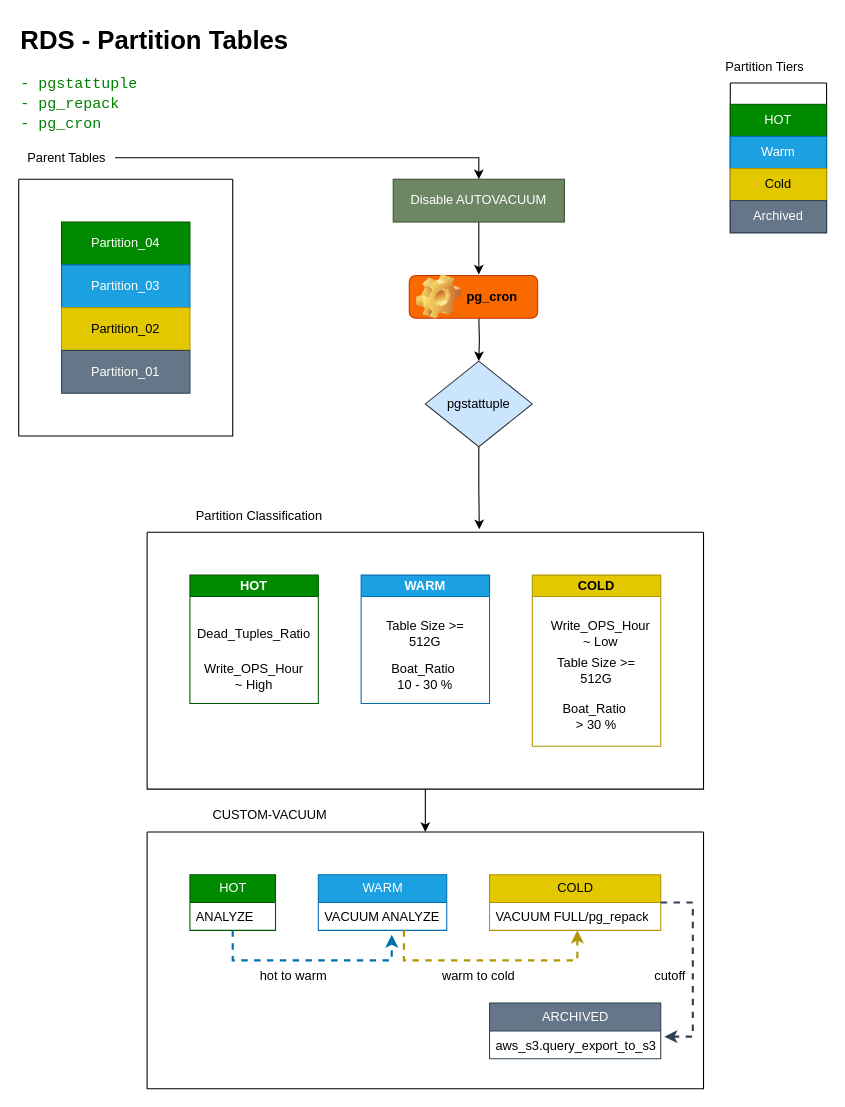
quanntt0203/PostgreSQL-HA keeps this draw.io diagram as RDS_Partition_Tables_semi-autovacuum.drawio. Above is the earlier version. Source tidied: cells renumbered, new cells numbered last; positions are measured from the earlier drawing's top-left corner, leaving out a move shared by most shapes. Both pictures are drawn from the tidied source at 107%, with x=0, y=0 at pixel (18, 18).
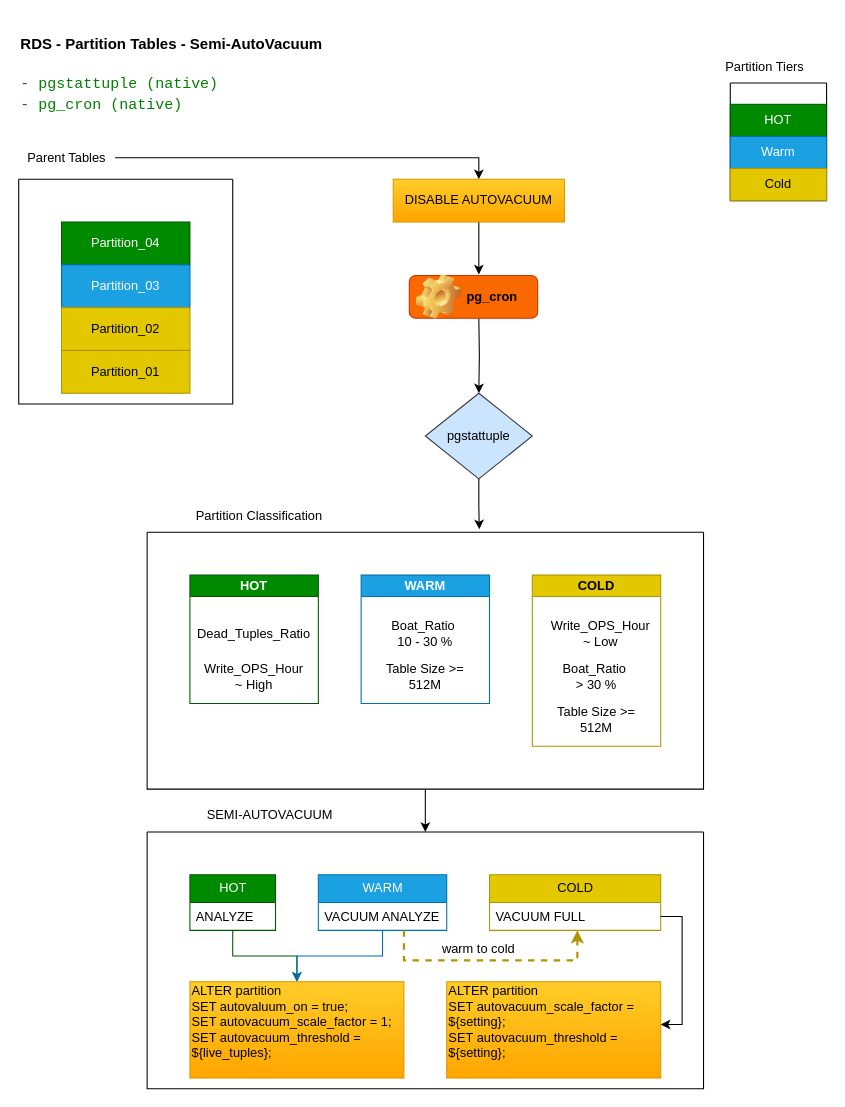
The same diagram, later.

The change refers to these unchanged cells:
```xml
<mxCell id="18" value="HOT" style="swimlane;fontStyle=0;horizontal=1;startSize=26;fillColor=#008a00;html=1;fontColor=#ffffff;strokeColor=#005700;" parent="1" vertex="1">
  <mxGeometry x="160" y="800" width="80" height="52" as="geometry" />
</mxCell>
<mxCell id="21" value="WARM" style="swimlane;fontStyle=0;horizontal=1;startSize=26;fillColor=#1ba1e2;html=1;fontColor=#ffffff;strokeColor=#006EAF;" parent="1" vertex="1">
  <mxGeometry x="280" y="800" width="120" height="52" as="geometry" />
</mxCell>
<mxCell id="22" value="VACUUM ANALYZE" style="text;strokeColor=none;fillColor=none;align=left;verticalAlign=top;spacingLeft=4;spacingRight=4;overflow=hidden;points=[[0,0.5],[1,0.5]];portConstraint=eastwest;whiteSpace=wrap;html=1;" parent="21" vertex="1">
  <mxGeometry y="26" width="120" height="26" as="geometry" />
</mxCell>
<mxCell id="23" value="COLD" style="swimlane;fontStyle=0;horizontal=1;startSize=26;fillColor=#e3c800;html=1;fontColor=#000000;strokeColor=#B09500;" parent="1" vertex="1">
  <mxGeometry x="440" y="800" width="160" height="52" as="geometry" />
</mxCell>
<mxCell id="39" value="WARM" style="swimlane;whiteSpace=wrap;html=1;fillColor=#1ba1e2;strokeColor=#006EAF;startSize=20;fontColor=#ffffff;" parent="35" vertex="1">
  <mxGeometry x="200" y="40" width="120" height="120" as="geometry" />
</mxCell>
<mxCell id="42" value="COLD" style="swimlane;whiteSpace=wrap;html=1;fillColor=#e3c800;strokeColor=#B09500;startSize=20;fontColor=#000000;" parent="35" vertex="1">
  <mxGeometry x="360" y="40" width="120" height="160" as="geometry" />
</mxCell>
<mxCell id="48" style="swimlane;startSize=0;" parent="1" vertex="1">
  <mxGeometry x="120" y="760" width="520" height="240" as="geometry" />
</mxCell>
```

Change to the diagram source:
```diff
@@
-    <mxCell id="2" value="&lt;h1 style=&quot;margin-top: 0px;&quot;&gt;RDS - Partition Tables&lt;/h1&gt;&lt;div style=&quot;color: rgb(0, 0, 0); background-color: rgb(255, 255, 255); font-family: Consolas, &amp;quot;Courier New&amp;quot;, monospace; font-size: 14px; line-height: 19px; white-space: pre;&quot;&gt;&lt;span style=&quot;color: rgb(0, 128, 0);&quot;&gt;- pgstattuple&lt;/span&gt;&lt;/div&gt;&lt;div style=&quot;color: rgb(0, 0, 0); background-color: rgb(255, 255, 255); font-family: Consolas, &amp;quot;Courier New&amp;quot;, monospace; font-size: 14px; line-height: 19px; white-space: pre;&quot;&gt;&lt;span style=&quot;color: rgb(0, 128, 0);&quot;&gt;- pg_repack&lt;/span&gt;&lt;/div&gt;&lt;div style=&quot;color: rgb(0, 0, 0); background-color: rgb(255, 255, 255); font-family: Consolas, &amp;quot;Courier New&amp;quot;, monospace; font-size: 14px; line-height: 19px; white-space: pre;&quot;&gt;&lt;span style=&quot;color: rgb(0, 128, 0);&quot;&gt;- pg_cron&lt;/span&gt;&lt;/div&gt;" style="text;html=1;whiteSpace=wrap;overflow=hidden;rounded=0;" parent="1" vertex="1">
-      <mxGeometry width="280" height="120" as="geometry" />
+    <mxCell id="2" value="&lt;h1 style=&quot;margin-top: 0px;&quot;&gt;&lt;font style=&quot;font-size: 14px;&quot;&gt;RDS - Partition Tables - Semi-AutoVacuum&lt;/font&gt;&lt;/h1&gt;&lt;div style=&quot;color: rgb(0, 0, 0); background-color: rgb(255, 255, 255); font-family: Consolas, &amp;quot;Courier New&amp;quot;, monospace; line-height: 19px; white-space: pre;&quot;&gt;&lt;span style=&quot;color: rgb(0, 128, 0);&quot;&gt;&lt;font style=&quot;font-size: 14px;&quot;&gt;- pgstattuple (native)&lt;/font&gt;&lt;/span&gt;&lt;/div&gt;&lt;div style=&quot;color: rgb(0, 0, 0); background-color: rgb(255, 255, 255); font-family: Consolas, &amp;quot;Courier New&amp;quot;, monospace; line-height: 19px; white-space: pre;&quot;&gt;&lt;span style=&quot;color: rgb(0, 128, 0);&quot;&gt;&lt;font style=&quot;font-size: 14px;&quot;&gt;- pg_cron (native)&lt;/font&gt;&lt;/span&gt;&lt;/div&gt;" style="text;html=1;whiteSpace=wrap;overflow=hidden;rounded=0;" parent="1" vertex="1">
+      <mxGeometry width="520" height="100" as="geometry" />
     </mxCell>
     <mxCell id="3" style="swimlane;startSize=0;" parent="1" vertex="1">
-      <mxGeometry y="150" width="200" height="240" as="geometry" />
+      <mxGeometry y="150" width="200" height="210" as="geometry" />
     </mxCell>
@@
-    <mxCell id="7" value="Partition_01" style="rounded=0;whiteSpace=wrap;html=1;fillColor=#647687;strokeColor=#314354;fontColor=#ffffff;" parent="3" vertex="1">
+    <mxCell id="7" value="Partition_01" style="rounded=0;whiteSpace=wrap;html=1;fillColor=#e3c800;fontColor=#000000;strokeColor=#B09500;" parent="3" vertex="1">
       <mxGeometry x="40" y="160" width="120" height="40" as="geometry" />
     </mxCell>
@@
     <mxCell id="10" style="swimlane;startSize=0;" parent="1" vertex="1">
-      <mxGeometry x="665" y="60" width="90" height="140" as="geometry" />
+      <mxGeometry x="665" y="60" width="90" height="110" as="geometry" />
     </mxCell>
@@
-    <mxCell id="14" value="Archived" style="rounded=0;whiteSpace=wrap;html=1;fillColor=#647687;fontColor=#ffffff;strokeColor=#314354;" parent="10" vertex="1">
-      <mxGeometry y="110" width="90" height="30" as="geometry" />
-    </mxCell>
@@
-    <mxCell id="17" value="Disable AUTOVACUUM" style="rounded=0;whiteSpace=wrap;html=1;fillColor=#6d8764;fontColor=#ffffff;strokeColor=#3A5431;" parent="1" vertex="1">
+    <mxCell id="17" value="DISABLE AUTOVACUUM" style="rounded=0;whiteSpace=wrap;html=1;fillColor=#ffcd28;strokeColor=#d79b00;gradientColor=#ffa500;" parent="1" vertex="1">
       <mxGeometry x="350" y="150" width="160" height="40" as="geometry" />
     </mxCell>
+    <mxCell id="51" style="edgeStyle=orthogonalEdgeStyle;rounded=0;jettySize=auto;html=1;entryX=0.5;entryY=0;entryDx=0;entryDy=0;fillColor=#008a00;strokeColor=#005700;" parent="1" edge="1" source="18" target="53">
+      <mxGeometry relative="1" as="geometry" />
+    </mxCell>
@@
     <mxCell id="20" value="pgstattuple" style="rhombus;whiteSpace=wrap;html=1;fillColor=#cce5ff;strokeColor=#36393d;" parent="1" vertex="1">
-      <mxGeometry x="380" y="320" width="100" height="80" as="geometry" />
+      <mxGeometry x="380" y="350" width="100" height="80" as="geometry" />
     </mxCell>
+    <mxCell id="52" style="edgeStyle=orthogonalEdgeStyle;rounded=0;jettySize=auto;html=1;entryX=0.5;entryY=0;entryDx=0;entryDy=0;fillColor=#1ba1e2;strokeColor=#006EAF;" parent="1" edge="1" source="21" target="53">
+      <mxGeometry relative="1" as="geometry" />
+    </mxCell>
@@
-    <mxCell id="24" value="VACUUM FULL/pg_repack" style="text;strokeColor=none;fillColor=none;align=left;verticalAlign=top;spacingLeft=4;spacingRight=4;overflow=hidden;points=[[0,0.5],[1,0.5]];portConstraint=eastwest;whiteSpace=wrap;html=1;" parent="23" vertex="1">
+    <mxCell id="24" value="VACUUM FULL" style="text;strokeColor=none;fillColor=none;align=left;verticalAlign=top;spacingLeft=4;spacingRight=4;overflow=hidden;points=[[0,0.5],[1,0.5]];portConstraint=eastwest;whiteSpace=wrap;html=1;" parent="23" vertex="1">
       <mxGeometry y="26" width="160" height="26" as="geometry" />
     </mxCell>
-    <mxCell id="25" value="ARCHIVED" style="swimlane;fontStyle=0;horizontal=1;startSize=26;fillColor=#647687;html=1;fontColor=#ffffff;strokeColor=#314354;" parent="1" vertex="1">
-      <mxGeometry x="440" y="920" width="160" height="52" as="geometry" />
-    </mxCell>
-    <mxCell id="26" value="aws_s3.query_export_to_s3" style="text;strokeColor=none;fillColor=none;align=left;verticalAlign=top;spacingLeft=4;spacingRight=4;overflow=hidden;points=[[0,0.5],[1,0.5]];portConstraint=eastwest;whiteSpace=wrap;html=1;" parent="25" vertex="1">
-      <mxGeometry y="26" width="160" height="26" as="geometry" />
-    </mxCell>
-    <mxCell id="27" style="edgeStyle=orthogonalEdgeStyle;rounded=0;jettySize=auto;html=1;entryX=0.572;entryY=1.154;entryDx=0;entryDy=0;entryPerimeter=0;fillColor=#1ba1e2;strokeColor=#006EAF;dashed=1;strokeWidth=2;" parent="1" edge="1" source="18" target="22">
-      <mxGeometry relative="1" as="geometry">
-        <Array as="points">
-          <mxPoint x="200" y="880" />
-          <mxPoint x="349" y="880" />
-        </Array>
-      </mxGeometry>
-    </mxCell>
@@
-    <mxCell id="29" style="edgeStyle=orthogonalEdgeStyle;rounded=0;jettySize=auto;html=1;entryX=1.021;entryY=0.205;entryDx=0;entryDy=0;entryPerimeter=0;dashed=1;fillColor=#647687;strokeColor=#314354;strokeWidth=2;" parent="1" edge="1" source="23" target="26">
-      <mxGeometry relative="1" as="geometry">
-        <Array as="points">
-          <mxPoint x="630" y="826" />
-          <mxPoint x="630" y="951" />
-        </Array>
-      </mxGeometry>
-    </mxCell>
-    <mxCell id="30" value="hot to warm" style="text;html=1;whiteSpace=wrap;strokeColor=none;fillColor=none;align=center;verticalAlign=middle;rounded=0;" parent="1" vertex="1">
-      <mxGeometry x="220" y="880" width="74" height="30" as="geometry" />
-    </mxCell>
     <mxCell id="31" value="warm to cold" style="text;html=1;whiteSpace=wrap;strokeColor=none;fillColor=none;align=center;verticalAlign=middle;rounded=0;" parent="1" vertex="1">
-      <mxGeometry x="390" y="880" width="80" height="30" as="geometry" />
+      <mxGeometry x="390" y="855" width="80" height="30" as="geometry" />
     </mxCell>
-    <mxCell id="32" value="cutoff" style="text;html=1;whiteSpace=wrap;strokeColor=none;fillColor=none;align=center;verticalAlign=middle;rounded=0;" parent="1" vertex="1">
-      <mxGeometry x="579" y="880" width="60" height="30" as="geometry" />
-    </mxCell>
@@
     <mxCell id="40" value="Boat_Ratio&amp;nbsp;&lt;div&gt;10 - 30 %&lt;/div&gt;" style="text;html=1;whiteSpace=wrap;strokeColor=none;fillColor=none;align=center;verticalAlign=middle;rounded=0;" parent="39" vertex="1">
-      <mxGeometry x="10" y="80" width="100" height="30" as="geometry" />
+      <mxGeometry x="10" y="40" width="100" height="30" as="geometry" />
     </mxCell>
-    <mxCell id="41" value="Table Size &amp;gt;= 512G" style="text;html=1;whiteSpace=wrap;strokeColor=none;fillColor=none;align=center;verticalAlign=middle;rounded=0;" parent="39" vertex="1">
-      <mxGeometry x="10" y="40" width="100" height="30" as="geometry" />
+    <mxCell id="41" value="Table Size &amp;gt;= 512M" style="text;html=1;whiteSpace=wrap;strokeColor=none;fillColor=none;align=center;verticalAlign=middle;rounded=0;" parent="39" vertex="1">
+      <mxGeometry x="10" y="80" width="100" height="30" as="geometry" />
     </mxCell>
@@
     <mxCell id="43" value="Boat_Ratio&amp;nbsp;&lt;div&gt;&amp;gt; 30 %&lt;/div&gt;" style="text;html=1;whiteSpace=wrap;strokeColor=none;fillColor=none;align=center;verticalAlign=middle;rounded=0;" parent="42" vertex="1">
-      <mxGeometry x="10" y="117" width="100" height="30" as="geometry" />
+      <mxGeometry x="10" y="80" width="100" height="30" as="geometry" />
     </mxCell>
+    <mxCell id="45" value="Write_OPS_Hour ~ Low" style="text;html=1;whiteSpace=wrap;strokeColor=none;fillColor=none;align=center;verticalAlign=middle;rounded=0;" parent="42" vertex="1">
+      <mxGeometry x="14" y="40" width="100" height="30" as="geometry" />
+    </mxCell>
-    <mxCell id="44" value="Table Size &amp;gt;= 512G" style="text;html=1;whiteSpace=wrap;strokeColor=none;fillColor=none;align=center;verticalAlign=middle;rounded=0;" parent="42" vertex="1">
-      <mxGeometry x="10" y="74" width="100" height="30" as="geometry" />
+    <mxCell id="44" value="Table Size &amp;gt;= 512M" style="text;html=1;whiteSpace=wrap;strokeColor=none;fillColor=none;align=center;verticalAlign=middle;rounded=0;" parent="42" vertex="1">
+      <mxGeometry x="10" y="120" width="100" height="30" as="geometry" />
     </mxCell>
-    <mxCell id="45" value="Write_OPS_Hour ~ Low" style="text;html=1;whiteSpace=wrap;strokeColor=none;fillColor=none;align=center;verticalAlign=middle;rounded=0;" parent="42" vertex="1">
-      <mxGeometry x="14" y="40" width="100" height="30" as="geometry" />
-    </mxCell>
@@
+    <mxCell id="53" value="ALTER partition&amp;nbsp;&lt;div&gt;SET autovaluum_on = true;&lt;br&gt;&lt;div&gt;SET autovacuum_scale_factor = 1;&lt;/div&gt;&lt;div&gt;SET autovacuum_threshold = ${live_tuples};&lt;/div&gt;&lt;div&gt;&amp;nbsp;&amp;nbsp;&lt;/div&gt;&lt;/div&gt;" style="rounded=0;whiteSpace=wrap;html=1;align=left;fillColor=#ffcd28;gradientColor=#ffa500;strokeColor=#d79b00;" parent="48" vertex="1">
+      <mxGeometry x="40" y="140" width="200" height="90" as="geometry" />
+    </mxCell>
+    <mxCell id="54" value="ALTER partition&amp;nbsp;&lt;div&gt;SET autovacuum_scale_factor = ${setting};&lt;/div&gt;&lt;div&gt;SET autovacuum_threshold = ${setting};&lt;/div&gt;&lt;div&gt;&amp;nbsp;&amp;nbsp;&lt;/div&gt;" style="rounded=0;whiteSpace=wrap;html=1;align=left;fillColor=#ffcd28;gradientColor=#ffa500;strokeColor=#d79b00;" parent="48" vertex="1">
+      <mxGeometry x="280" y="140" width="200" height="90" as="geometry" />
+    </mxCell>
-    <mxCell id="49" value="CUSTOM-VACUUM" style="text;html=1;whiteSpace=wrap;strokeColor=none;fillColor=none;align=center;verticalAlign=middle;rounded=0;" parent="1" vertex="1">
+    <mxCell id="49" value="SEMI-AUTOVACUUM" style="text;html=1;whiteSpace=wrap;strokeColor=none;fillColor=none;align=center;verticalAlign=middle;rounded=0;" parent="1" vertex="1">
       <mxGeometry x="160" y="729" width="150" height="30" as="geometry" />
     </mxCell>
@@
+    <mxCell id="55" style="edgeStyle=orthogonalEdgeStyle;rounded=0;jettySize=auto;html=1;" parent="1" edge="1" source="24" target="54">
+      <mxGeometry relative="1" as="geometry">
+        <Array as="points">
+          <mxPoint x="620" y="839" />
+          <mxPoint x="620" y="940" />
+        </Array>
+      </mxGeometry>
+    </mxCell>
```
